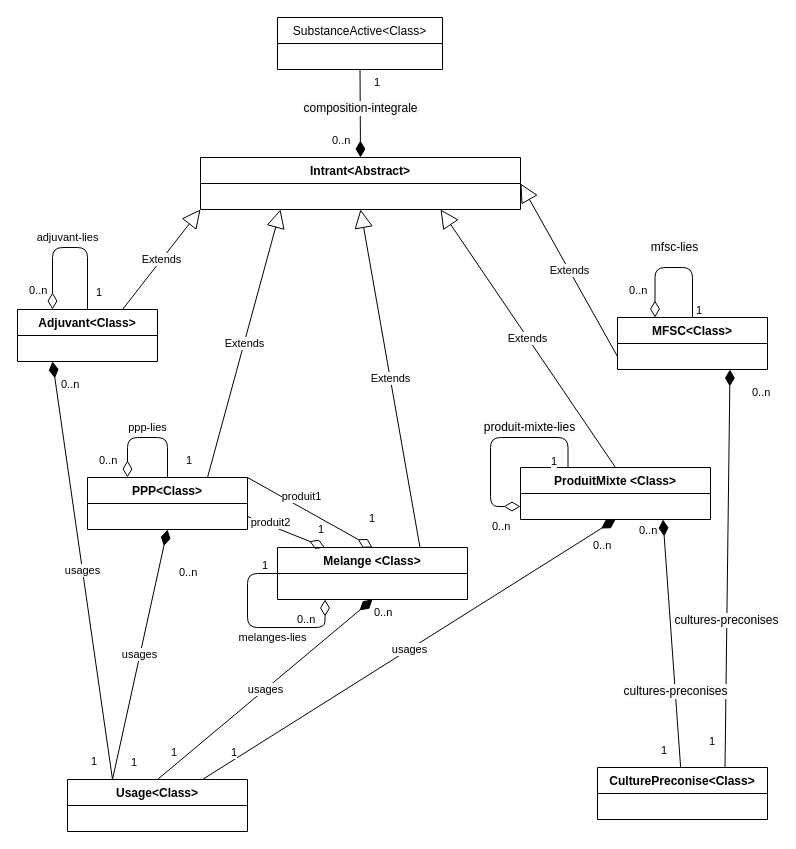
The draw.io diagram page "Page-7" (5 of 5) of UML.drawio in d2kab/E-Phy-Ontology, before the edit. Source tidied: cells renumbered, new cells numbered last; positions are measured from the earlier drawing's top-left corner, leaving out a move shared by most shapes. Both pictures are drawn from the tidied source at 100%, with x=0, y=0 at pixel (17, 17).
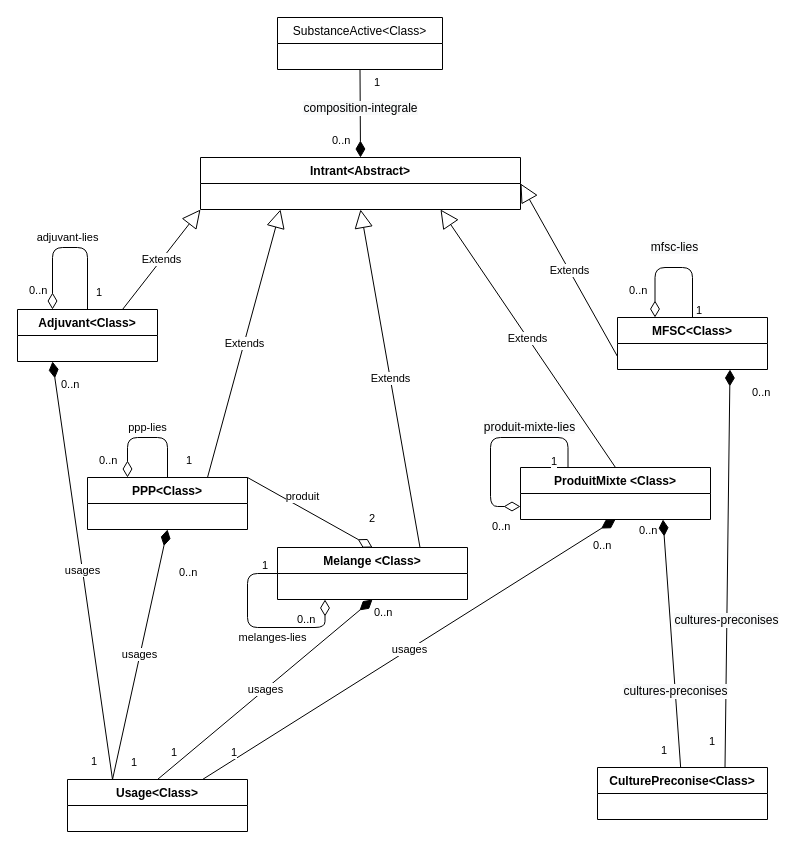
Above is the later version.

Commit message (it also covers changes not shown here):
add IC paper and update uml draw.io file

Unchanged cells that the change refers to:
```xml
<mxCell id="3" value="PPP&lt;Class&gt;" style="swimlane;fontStyle=1;align=center;verticalAlign=top;horizontal=1;startSize=26;" parent="1" vertex="1">
  <mxGeometry x="70" y="460" width="160" height="52" as="geometry" />
</mxCell>
<mxCell id="10" value="Melange &lt;Class&gt;" style="swimlane;fontStyle=1;align=center;verticalAlign=top;horizontal=1;startSize=26;" parent="1" vertex="1">
  <mxGeometry x="260" y="530" width="190" height="52" as="geometry" />
</mxCell>
```

What changed in the source:
```diff
@@
-    <mxCell id="19" value="1" style="endArrow=none;html=1;endSize=12;startArrow=diamondThin;startSize=14;startFill=0;align=left;verticalAlign=bottom;exitX=0.25;exitY=0;exitDx=0;exitDy=0;entryX=1;entryY=0.75;entryDx=0;entryDy=0;endFill=0;" parent="1" edge="1" source="10" target="3">
-      <mxGeometry x="-0.77" y="-6" relative="1" as="geometry">
-        <mxPoint x="-1" as="offset" />
-      </mxGeometry>
-    </mxCell>
-    <mxCell id="20" value="produit2" style="edgeLabel;html=1;align=center;verticalAlign=middle;" parent="19" vertex="1">
-      <mxGeometry x="-0.22" y="-4" relative="1" as="geometry">
-        <mxPoint x="-25.5" y="-9.8" as="offset" />
-      </mxGeometry>
-    </mxCell>
-    <mxCell id="21" value="1" style="endArrow=none;html=1;endSize=12;startArrow=diamondThin;startSize=14;startFill=0;align=left;verticalAlign=bottom;exitX=0.5;exitY=0;exitDx=0;exitDy=0;entryX=1;entryY=0;entryDx=0;entryDy=0;endFill=0;" parent="1" edge="1" source="10" target="3">
+    <mxCell id="21" value="2" style="endArrow=none;html=1;endSize=12;startArrow=diamondThin;startSize=14;startFill=0;align=left;verticalAlign=bottom;exitX=0.5;exitY=0;exitDx=0;exitDy=0;entryX=1;entryY=0;entryDx=0;entryDy=0;endFill=0;" parent="1" edge="1" source="10" target="3">
       <mxGeometry x="-0.81" y="-14" relative="1" as="geometry">
         <mxPoint y="-1" as="offset" />
       </mxGeometry>
     </mxCell>
-    <mxCell id="22" value="produit1" style="edgeLabel;html=1;align=center;verticalAlign=middle;" parent="21" vertex="1">
+    <mxCell id="22" value="produit" style="edgeLabel;html=1;align=center;verticalAlign=middle;" parent="21" vertex="1">
       <mxGeometry x="-0.22" y="-4" relative="1" as="geometry">
-        <mxPoint x="-24.8" y="-20.8" as="offset" />
+        <mxPoint x="-24" y="-21" as="offset" />
       </mxGeometry>
     </mxCell>
```
